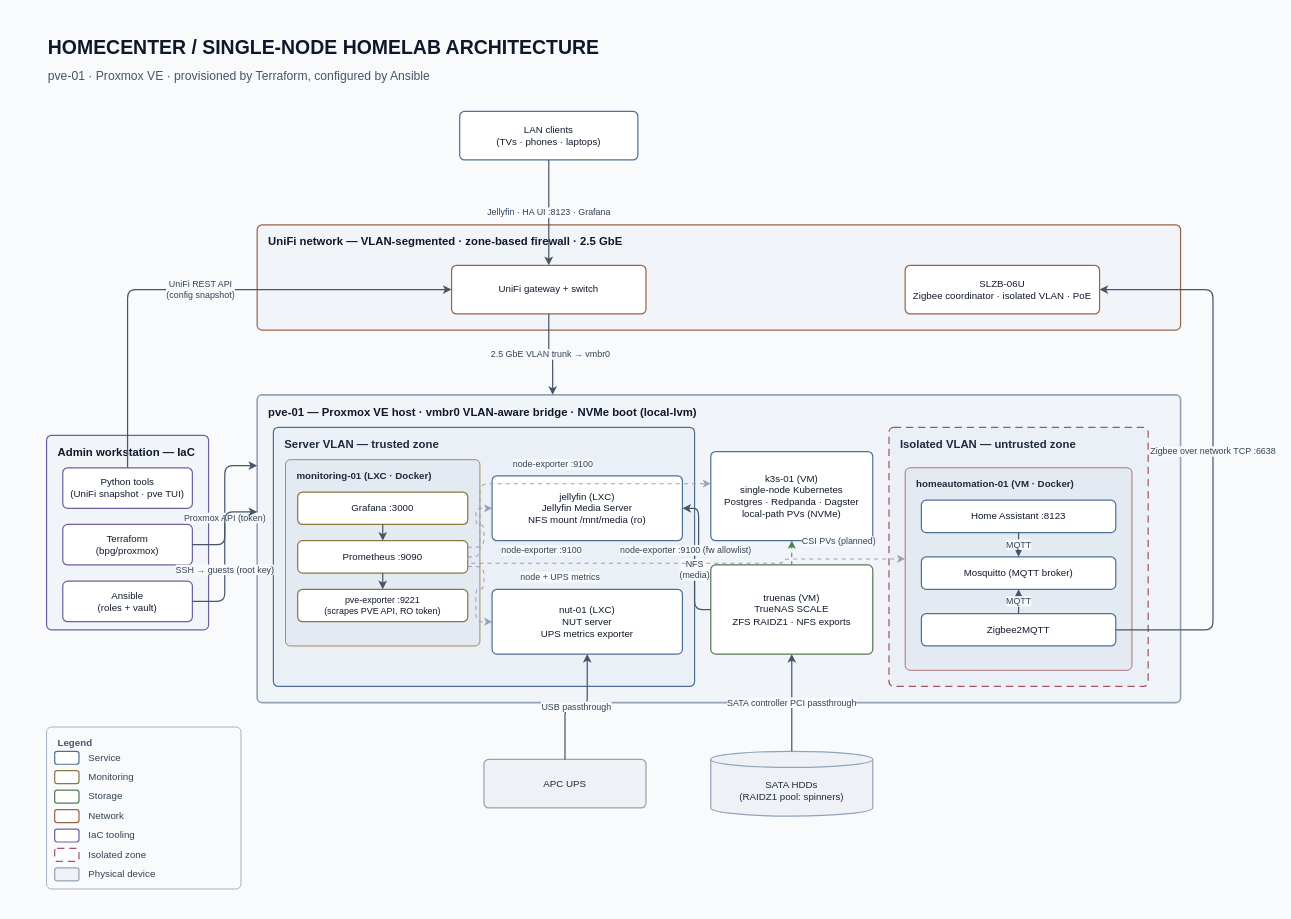
This is docs/architecture/homelab-architecture-light.drawio from filipkristofiak/homecenter-overview, a draw.io file, before an edit. Source tidied: cells renumbered, new cells numbered last; positions are measured from the earlier drawing's top-left corner, leaving out a move shared by most shapes. Both pictures are drawn from the tidied source at 81%, with x=0, y=0 at pixel (14, 14).
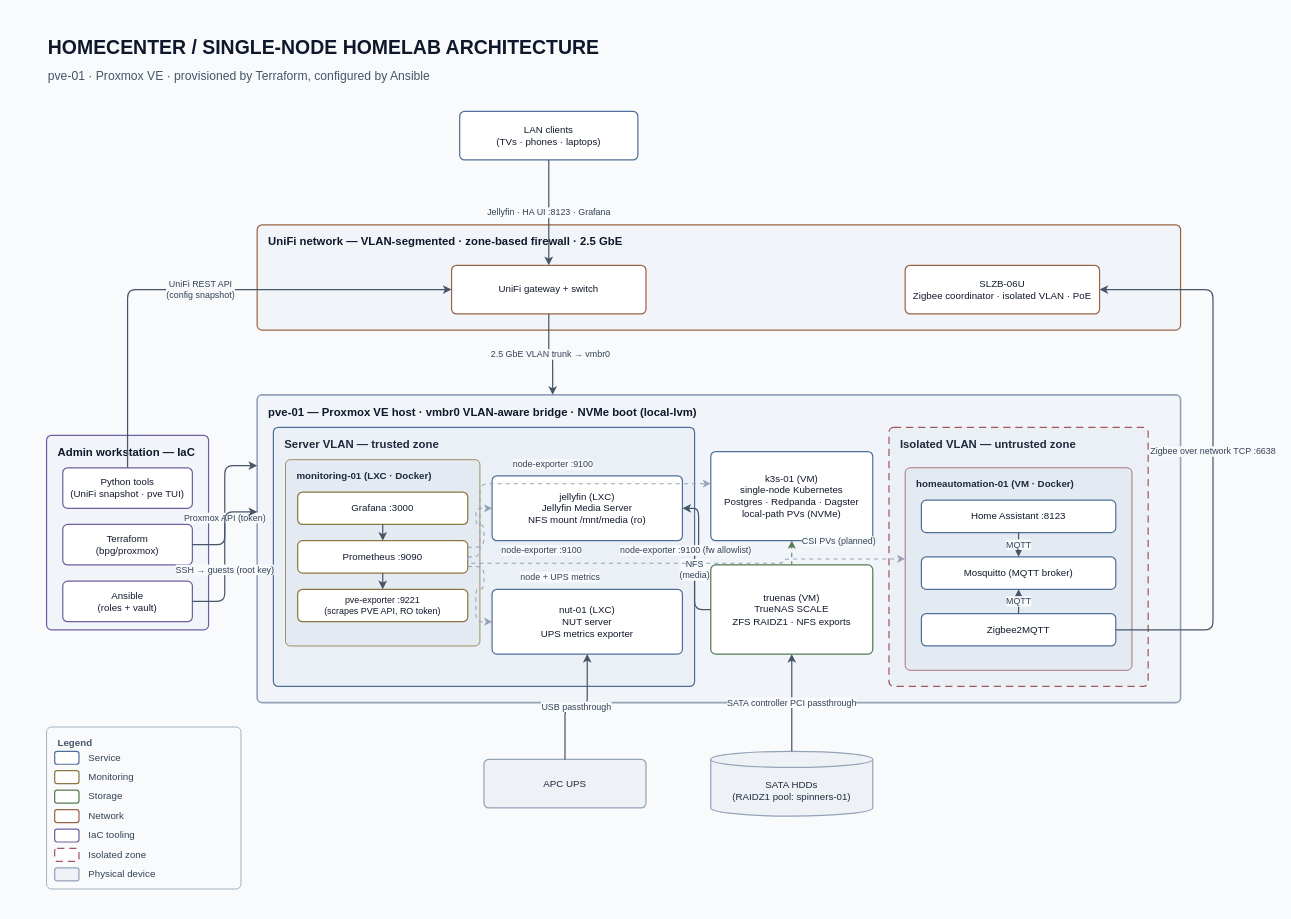
Above is the later version.

Diff of the diagram source:
```diff
@@
-    <mxCell id="29" value="SATA HDDs&#10;(RAIDZ1 pool: spinners)" style="shape=cylinder3;boundedLbl=1;size=10;whiteSpace=wrap;html=1;fontFamily=Helvetica;fontSize=12;fontColor=#1E293B;fillColor=#EEF2F6;strokeColor=#94A3B8;strokeWidth=1.5;" parent="1" vertex="1">
+    <mxCell id="29" value="SATA HDDs&#10;(RAIDZ1 pool: spinners-01)" style="shape=cylinder3;boundedLbl=1;size=10;whiteSpace=wrap;html=1;fontFamily=Helvetica;fontSize=12;fontColor=#1E293B;fillColor=#EEF2F6;strokeColor=#94A3B8;strokeWidth=1.5;" parent="1" vertex="1">
       <mxGeometry x="860" y="910" width="200" height="80" as="geometry" />
     </mxCell>
```
